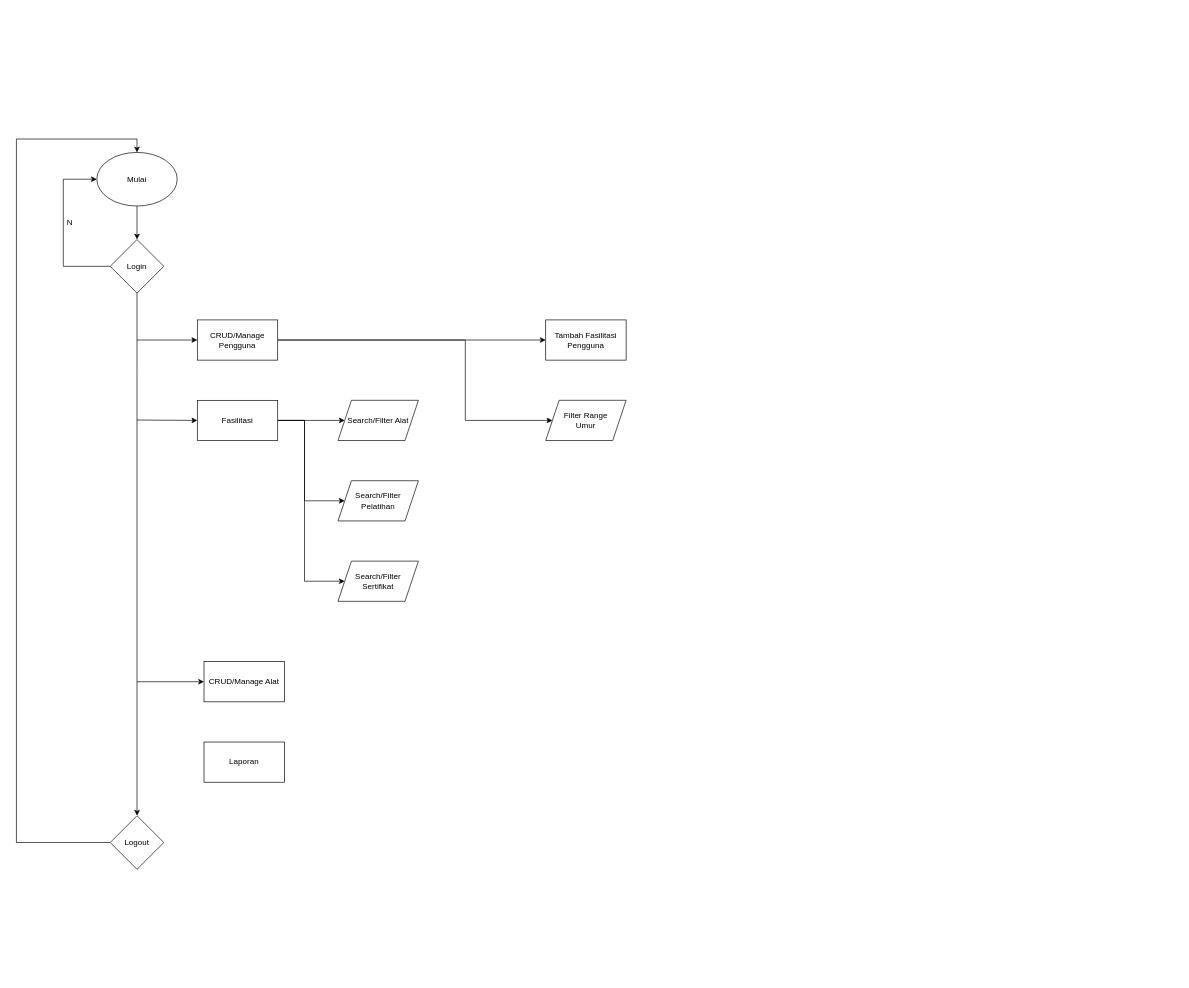
Earlier version of the draw.io diagram diskoperindag-flowchart.drawio (Ongghuen/.github). Source tidied: cells renumbered, new cells numbered last; positions are measured from the earlier drawing's top-left corner, leaving out a move shared by most shapes. Both pictures are drawn from the tidied source at 67%, with x=0, y=0 at pixel (16, 139).
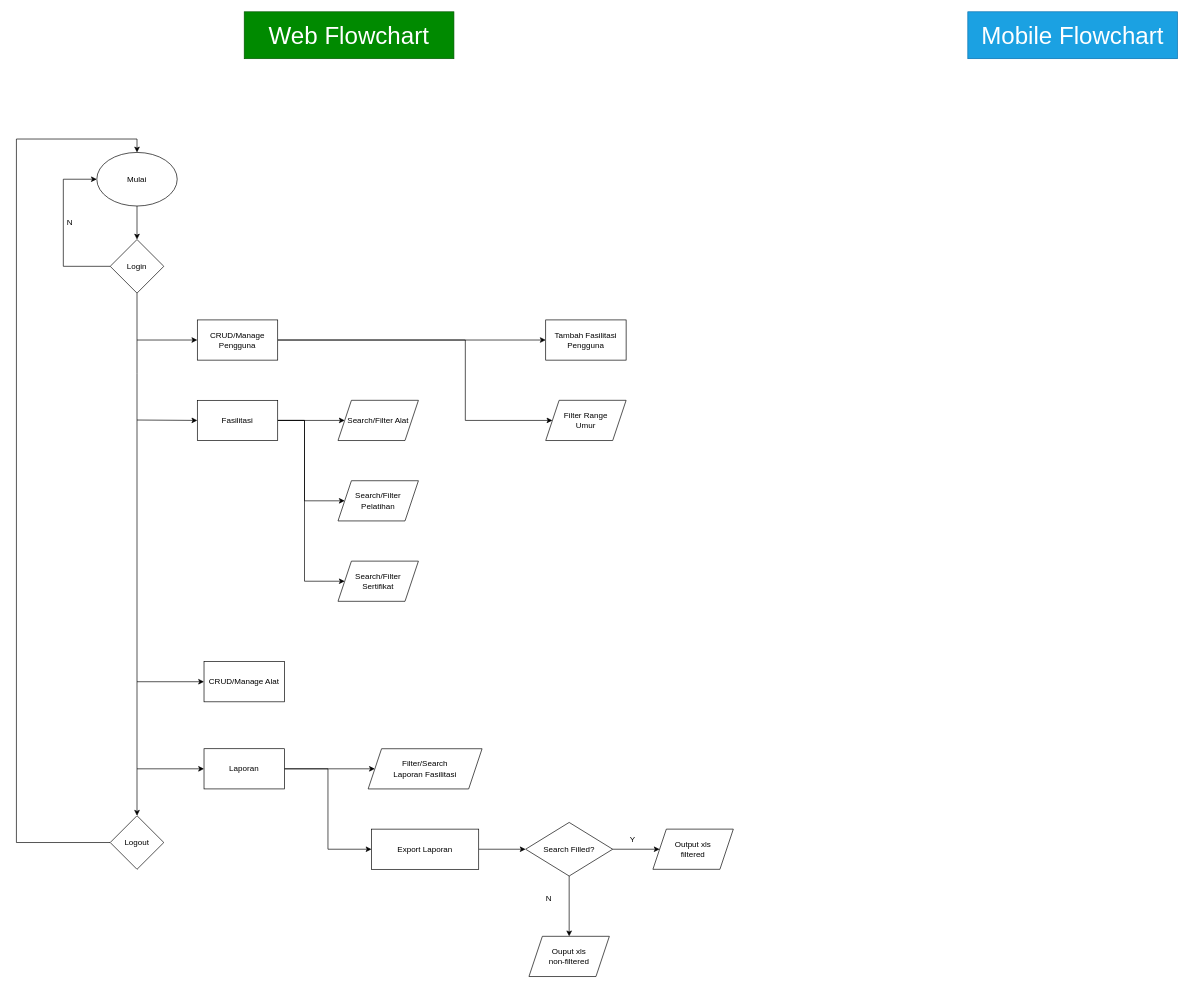
The same diagram, later.

Commit message:
feat(diskoperindag): update web flowchart

Diff of the diagram source:
```diff
@@
+    <mxCell id="27" style="edgeStyle=orthogonalEdgeStyle;rounded=0;jettySize=auto;html=1;entryX=0;entryY=0.5;entryDx=0;entryDy=0;" parent="1" edge="1" source="16" target="32">
+      <mxGeometry relative="1" as="geometry" />
+    </mxCell>
+    <mxCell id="28" style="edgeStyle=orthogonalEdgeStyle;rounded=0;jettySize=auto;html=1;entryX=0;entryY=0.5;entryDx=0;entryDy=0;" parent="1" edge="1" source="16" target="31">
+      <mxGeometry relative="1" as="geometry" />
+    </mxCell>
     <mxCell id="16" value="Laporan" style="rounded=0;whiteSpace=wrap;html=1;" parent="1" vertex="1">
-      <mxGeometry x="280" y="900" width="120" height="60" as="geometry" />
+      <mxGeometry x="280" y="910" width="120" height="60" as="geometry" />
     </mxCell>
@@
+    <mxCell id="29" style="endArrow=classic;html=1;rounded=0;entryX=0;entryY=0.5;entryDx=0;entryDy=0;" parent="1" edge="1" target="16">
+      <mxGeometry relative="1" as="geometry">
+        <mxPoint x="180" y="940" as="sourcePoint" />
+      </mxGeometry>
+    </mxCell>
+    <mxCell id="30" style="edgeStyle=orthogonalEdgeStyle;rounded=0;jettySize=auto;html=1;entryX=0;entryY=0.5;entryDx=0;entryDy=0;" parent="1" edge="1" source="31" target="35">
+      <mxGeometry relative="1" as="geometry" />
+    </mxCell>
+    <mxCell id="31" value="Export Laporan" style="rounded=0;whiteSpace=wrap;html=1;" parent="1" vertex="1">
+      <mxGeometry x="530" y="1030" width="160" height="60" as="geometry" />
+    </mxCell>
+    <mxCell id="32" value="&lt;div&gt;Filter/Search &lt;br&gt;&lt;/div&gt;&lt;div&gt;Laporan Fasilitasi&lt;/div&gt;" style="shape=parallelogram;perimeter=parallelogramPerimeter;whiteSpace=wrap;html=1;fixedSize=1;" parent="1" vertex="1">
+      <mxGeometry x="525" y="910" width="170" height="60" as="geometry" />
+    </mxCell>
+    <mxCell id="33" style="edgeStyle=orthogonalEdgeStyle;rounded=0;jettySize=auto;html=1;entryX=0;entryY=0.5;entryDx=0;entryDy=0;" parent="1" edge="1" source="35" target="37">
+      <mxGeometry relative="1" as="geometry" />
+    </mxCell>
+    <mxCell id="34" style="edgeStyle=orthogonalEdgeStyle;rounded=0;jettySize=auto;html=1;entryX=0.5;entryY=0;entryDx=0;entryDy=0;" parent="1" edge="1" source="35" target="36">
+      <mxGeometry relative="1" as="geometry" />
+    </mxCell>
+    <mxCell id="35" value="Search Filled?" style="rhombus;whiteSpace=wrap;html=1;" parent="1" vertex="1">
+      <mxGeometry x="760" y="1020" width="130" height="80" as="geometry" />
+    </mxCell>
+    <mxCell id="36" value="&lt;div&gt;Ouput xls&lt;/div&gt;&lt;div&gt;non-filtered&lt;br&gt;&lt;/div&gt;" style="shape=parallelogram;perimeter=parallelogramPerimeter;whiteSpace=wrap;html=1;fixedSize=1;" parent="1" vertex="1">
+      <mxGeometry x="765" y="1190" width="120" height="60" as="geometry" />
+    </mxCell>
+    <mxCell id="37" value="&lt;div&gt;Output xls&lt;/div&gt;&lt;div&gt;filtered&lt;br&gt;&lt;/div&gt;" style="shape=parallelogram;perimeter=parallelogramPerimeter;whiteSpace=wrap;html=1;fixedSize=1;" parent="1" vertex="1">
+      <mxGeometry x="950" y="1030" width="120" height="60" as="geometry" />
+    </mxCell>
+    <mxCell id="38" value="Y" style="text;html=1;strokeColor=none;fillColor=none;align=center;verticalAlign=middle;whiteSpace=wrap;rounded=0;" parent="1" vertex="1">
+      <mxGeometry x="890" y="1030" width="60" height="30" as="geometry" />
+    </mxCell>
+    <mxCell id="39" value="N" style="text;html=1;strokeColor=none;fillColor=none;align=center;verticalAlign=middle;whiteSpace=wrap;rounded=0;" parent="1" vertex="1">
+      <mxGeometry x="765" y="1119" width="60" height="30" as="geometry" />
+    </mxCell>
+    <mxCell id="40" value="&lt;font style=&quot;font-size: 36px;&quot;&gt;Web Flowchart&lt;/font&gt;" style="text;html=1;strokeColor=#005700;fillColor=#008a00;align=center;verticalAlign=middle;whiteSpace=wrap;rounded=0;fontColor=#ffffff;" parent="1" vertex="1">
+      <mxGeometry x="340" y="-189.9" width="313" height="70" as="geometry" />
+    </mxCell>
+    <mxCell id="41" value="&lt;font style=&quot;font-size: 36px;&quot;&gt;Mobile &lt;/font&gt;&lt;font style=&quot;font-size: 36px;&quot;&gt;Flowchart&lt;/font&gt;" style="text;html=1;strokeColor=#006EAF;fillColor=#1ba1e2;align=center;verticalAlign=middle;whiteSpace=wrap;rounded=0;fontColor=#ffffff;" parent="1" vertex="1">
+      <mxGeometry x="1420" y="-189.9" width="313" height="70" as="geometry" />
+    </mxCell>
```
